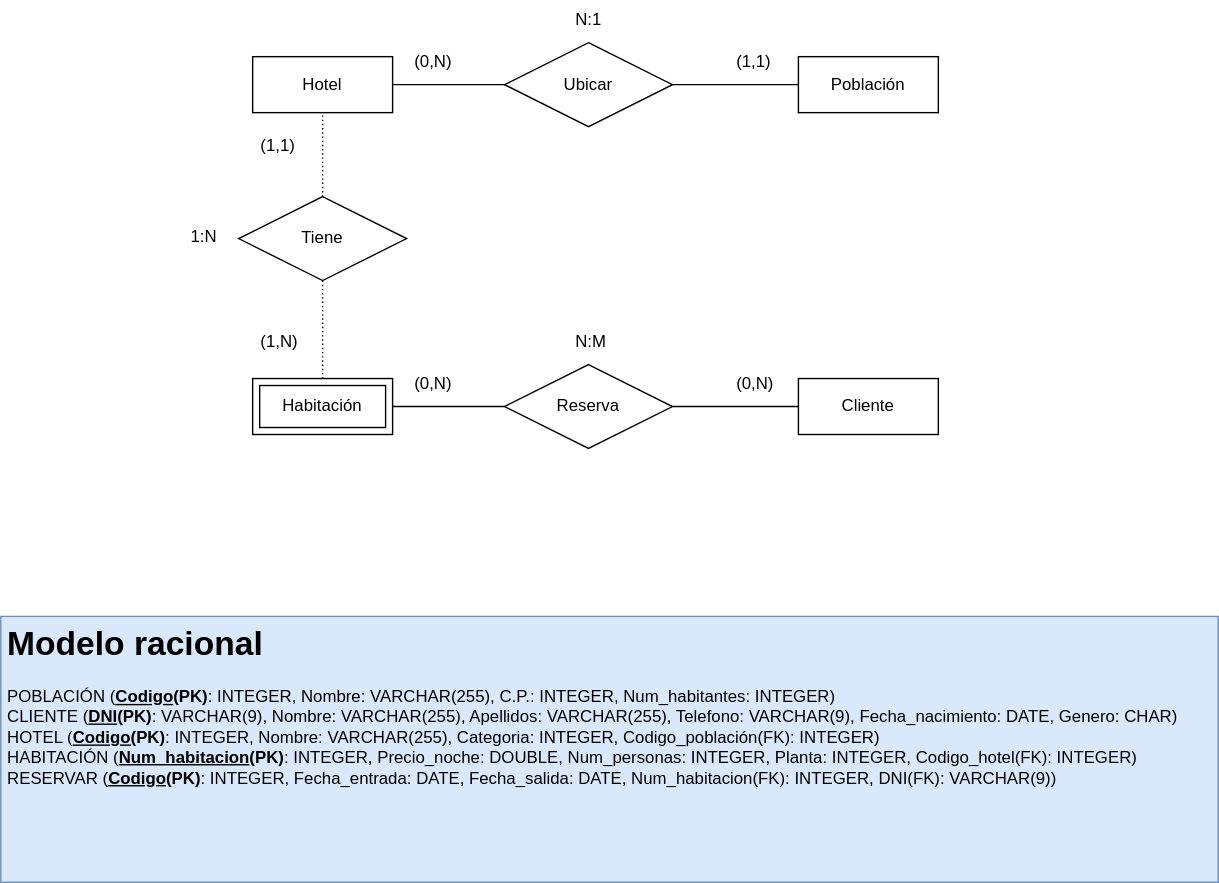
Above: Hotelio1.0.svg in BCR22-Team4-ProyectoFinal/Database_diagrama (draw.io), before the change. Source tidied: cells renumbered, new cells last; positions are measured from the earlier drawing's top-left corner, leaving out a move shared by most shapes.
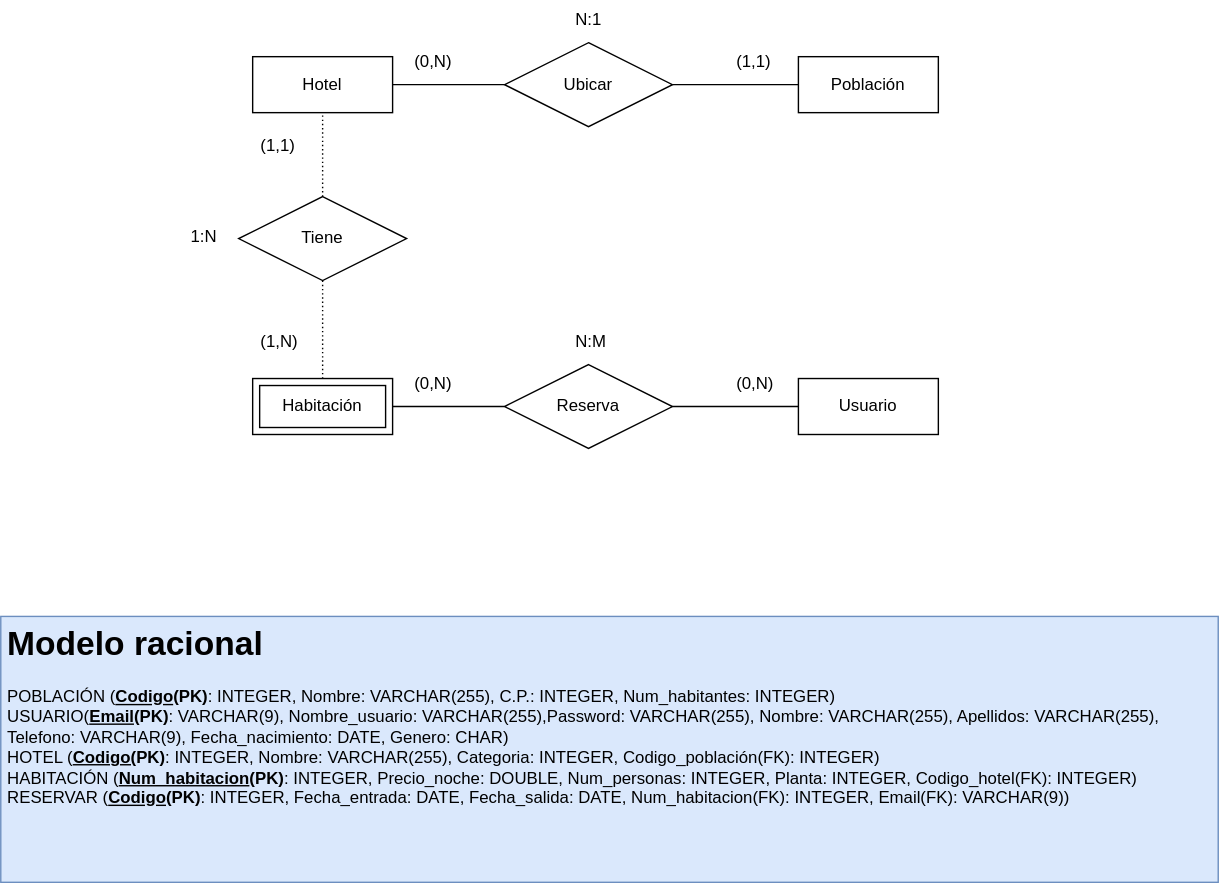
The same file after the commit.

Change to the diagram source:
```diff
@@ -11,7 +11,7 @@
     <mxCell id="4" value="Habitación" style="shape=ext;margin=3;double=1;whiteSpace=wrap;html=1;align=center;" parent="1" vertex="1">
       <mxGeometry x="180" y="270" width="100" height="40" as="geometry" />
     </mxCell>
-    <mxCell id="5" value="Cliente" style="whiteSpace=wrap;html=1;align=center;" parent="1" vertex="1">
+    <mxCell id="5" value="Usuario" style="whiteSpace=wrap;html=1;align=center;" parent="1" vertex="1">
       <mxGeometry x="570" y="270" width="100" height="40" as="geometry" />
     </mxCell>
     <mxCell id="6" value="Ubicar" style="shape=rhombus;perimeter=rhombusPerimeter;whiteSpace=wrap;html=1;align=center;" parent="1" vertex="1">
@@ -70,7 +70,7 @@
     <mxCell id="23" value="N:M" style="text;strokeColor=none;fillColor=none;spacingLeft=4;spacingRight=4;overflow=hidden;fontSize=12;" parent="1" vertex="1">
       <mxGeometry x="405" y="230" width="40" height="30" as="geometry" />
     </mxCell>
-    <mxCell id="24" value="&lt;h1&gt;Modelo racional&lt;/h1&gt;&lt;div&gt;POBLACIÓN (&lt;b&gt;&lt;u&gt;Codigo&lt;/u&gt;(PK)&lt;/b&gt;: INTEGER, Nombre: VARCHAR(255), C.P.: INTEGER, Num_habitantes: INTEGER)&lt;/div&gt;&lt;div&gt;CLIENTE (&lt;b&gt;&lt;u&gt;DNI&lt;/u&gt;(PK)&lt;/b&gt;: VARCHAR(9), Nombre: VARCHAR(255), Apellidos: VARCHAR(255), Telefono: VARCHAR(9), Fecha_nacimiento: DATE, Genero: CHAR)&lt;/div&gt;&lt;div&gt;HOTEL (&lt;b&gt;&lt;u&gt;Codigo(&lt;/u&gt;PK)&lt;/b&gt;: INTEGER, Nombre: VARCHAR(255), Categoria: INTEGER, Codigo_población(FK): INTEGER)&lt;/div&gt;&lt;div&gt;HABITACIÓN (&lt;b&gt;&lt;u&gt;Num_habitacion&lt;/u&gt;(PK)&lt;/b&gt;: INTEGER, Precio_noche: DOUBLE, Num_personas: INTEGER, Planta: INTEGER, Codigo_hotel(FK): INTEGER)&lt;/div&gt;&lt;div&gt;RESERVAR (&lt;b&gt;&lt;u&gt;Codigo&lt;/u&gt;(PK)&lt;/b&gt;: INTEGER, Fecha_entrada: DATE, Fecha_salida: DATE, Num_habitacion(FK): INTEGER, DNI(FK): VARCHAR(9))&lt;/div&gt;" style="text;html=1;strokeColor=#6c8ebf;fillColor=#dae8fc;spacing=5;spacingTop=-20;whiteSpace=wrap;overflow=hidden;rounded=0;" parent="1" vertex="1">
+    <mxCell id="24" value="&lt;h1&gt;Modelo racional&lt;/h1&gt;&lt;div&gt;POBLACIÓN (&lt;b&gt;&lt;u&gt;Codigo&lt;/u&gt;(PK)&lt;/b&gt;: INTEGER, Nombre: VARCHAR(255), C.P.: INTEGER, Num_habitantes: INTEGER)&lt;/div&gt;&lt;div&gt;USUARIO(&lt;b&gt;&lt;u&gt;Email&lt;/u&gt;(PK)&lt;/b&gt;: VARCHAR(9), Nombre_usuario: VARCHAR(255),Password: VARCHAR(255), Nombre: VARCHAR(255), Apellidos: VARCHAR(255), Telefono: VARCHAR(9), Fecha_nacimiento: DATE, Genero: CHAR)&lt;/div&gt;&lt;div&gt;HOTEL (&lt;b&gt;&lt;u&gt;Codigo(&lt;/u&gt;PK)&lt;/b&gt;: INTEGER, Nombre: VARCHAR(255), Categoria: INTEGER, Codigo_población(FK): INTEGER)&lt;/div&gt;&lt;div&gt;HABITACIÓN (&lt;b&gt;&lt;u&gt;Num_habitacion&lt;/u&gt;(PK)&lt;/b&gt;: INTEGER, Precio_noche: DOUBLE, Num_personas: INTEGER, Planta: INTEGER, Codigo_hotel(FK): INTEGER)&lt;/div&gt;&lt;div&gt;RESERVAR (&lt;b&gt;&lt;u&gt;Codigo&lt;/u&gt;(PK)&lt;/b&gt;: INTEGER, Fecha_entrada: DATE, Fecha_salida: DATE, Num_habitacion(FK): INTEGER, Email(FK): VARCHAR(9))&lt;/div&gt;" style="text;html=1;strokeColor=#6c8ebf;fillColor=#dae8fc;spacing=5;spacingTop=-20;whiteSpace=wrap;overflow=hidden;rounded=0;" parent="1" vertex="1">
       <mxGeometry y="440" width="870" height="190" as="geometry" />
     </mxCell>
   </root>
```
